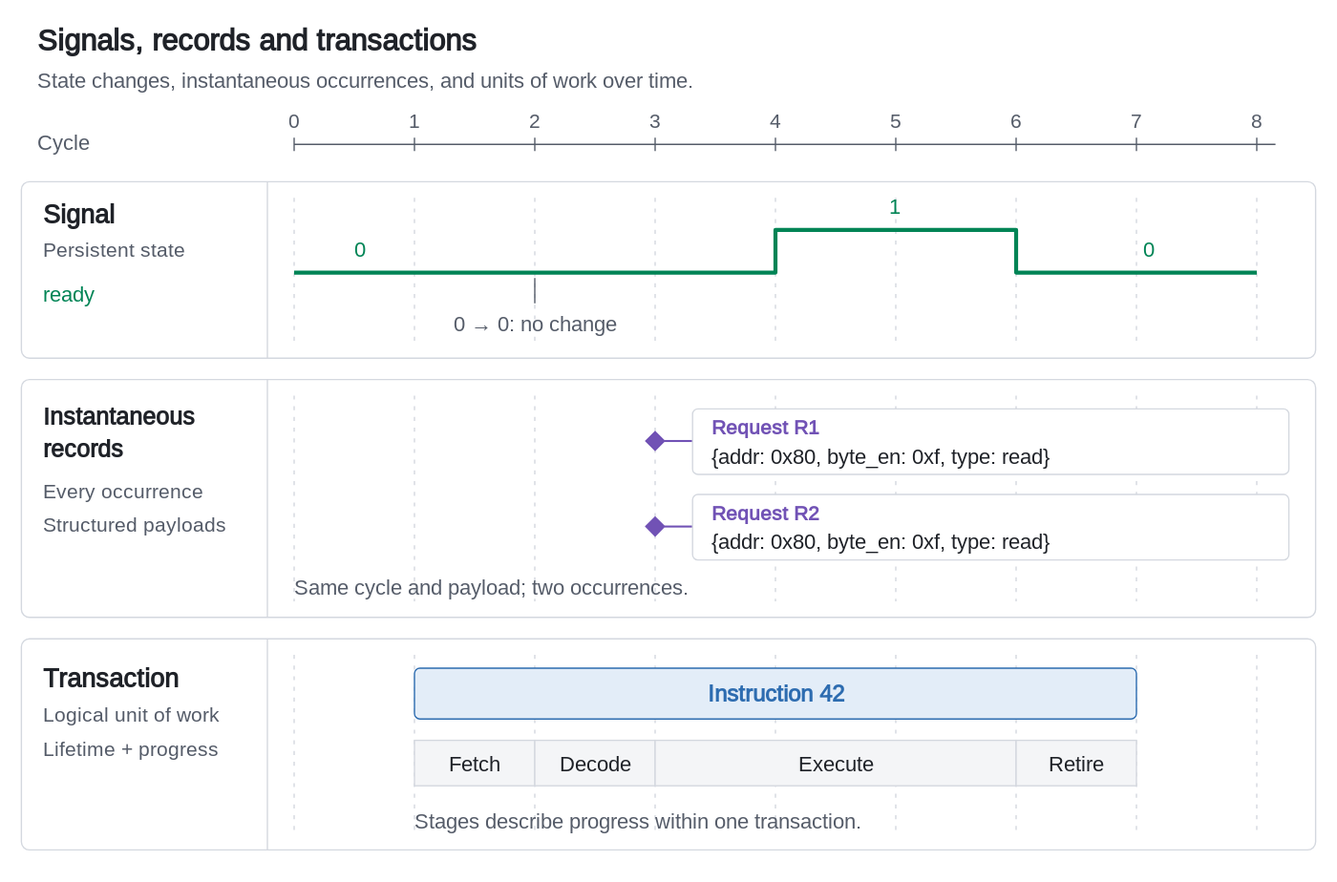
Above: vtr/docs/diagrams/signals-records-transactions.drawio.svg in ripopov/vtr (draw.io), before the change. Source tidied: cells renumbered, new cells last; positions are measured from the earlier drawing's top-left corner, leaving out a move shared by most shapes.
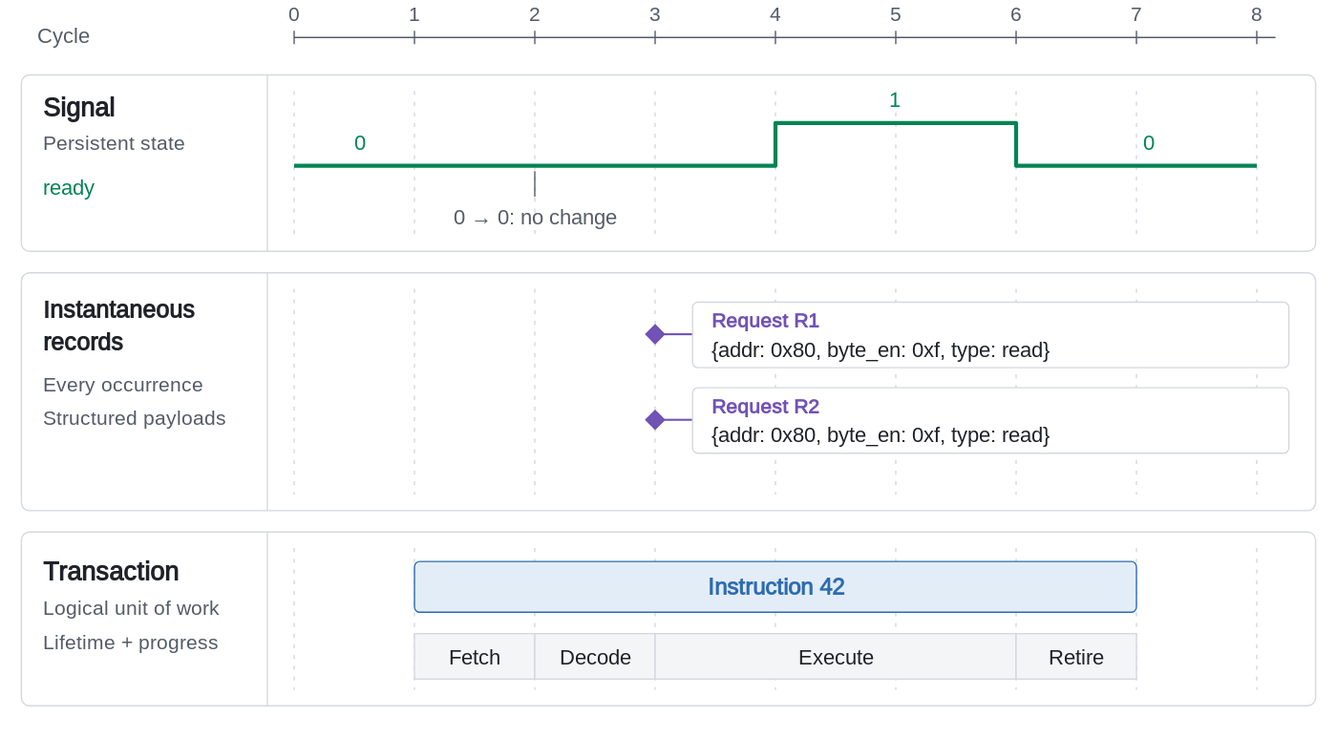
The same diagram one commit later.

Commit message:
docs: illustrate logging metadata and simplify rationale diagrams

Change to the diagram source:
```diff
@@ -3,14 +3,8 @@
     <mxCell id="0" />
     <mxCell id="1" parent="0" />
     <mxCell id="2" style="rounded=1;arcSize=6;absoluteArcSize=1;fillColor=#ffffff;strokeColor=#ffffff;html=0;" parent="1" vertex="1">
-      <mxGeometry width="1000" height="660" as="geometry" />
+      <mxGeometry y="80" width="1000" height="552" as="geometry" />
     </mxCell>
-    <mxCell id="3" value="Signals, records and transactions" style="text;html=0;align=left;verticalAlign=middle;spacing=0;whiteSpace=wrap;overflow=visible;fontFamily=Inter;fontSize=22;fontColor=#1f2228;fontStyle=1;" parent="1" vertex="1">
-      <mxGeometry x="28" y="16" width="419.8" height="28.6" as="geometry" />
-    </mxCell>
-    <mxCell id="4" value="State changes, instantaneous occurrences, and units of work over time." style="text;html=0;align=left;verticalAlign=middle;spacing=0;whiteSpace=wrap;overflow=visible;fontFamily=Inter;fontSize=16;fontColor=#555c69;fontStyle=0;" parent="1" vertex="1">
-      <mxGeometry x="28" y="50" width="644.4" height="20.8" as="geometry" />
-    </mxCell>
     <mxCell id="5" value="Cycle" style="text;html=0;align=left;verticalAlign=middle;spacing=0;whiteSpace=wrap;overflow=visible;fontFamily=Inter;fontSize=16;fontColor=#555c69;fontStyle=0;" parent="1" vertex="1">
       <mxGeometry x="28" y="96" width="51.6" height="20.8" as="geometry" />
     </mxCell>
@@ -228,66 +222,66 @@
       </mxGeometry>
     </mxCell>
     <mxCell id="47" style="rounded=1;arcSize=6;absoluteArcSize=1;fillColor=#ffffff;strokeColor=#d4d8df;html=0;" parent="1" vertex="1">
-      <mxGeometry x="16" y="478" width="968" height="158" as="geometry" />
+      <mxGeometry x="16" y="478" width="968" height="130" as="geometry" />
     </mxCell>
     <mxCell id="48" style="edgeStyle=none;endArrow=none;startArrow=none;rounded=0;strokeColor=#d4d8df;strokeWidth=1;dashed=0;dashPattern=3 5;html=0;" parent="1" edge="1">
       <mxGeometry relative="1" as="geometry">
         <mxPoint x="200" y="478" as="sourcePoint" />
-        <mxPoint x="200" y="636" as="targetPoint" />
+        <mxPoint x="200" y="608" as="targetPoint" />
       </mxGeometry>
     </mxCell>
     <mxCell id="49" style="edgeStyle=none;endArrow=none;startArrow=none;rounded=0;strokeColor=#d4d8df;strokeWidth=1;dashed=1;dashPattern=3 5;html=0;" parent="1" edge="1">
       <mxGeometry relative="1" as="geometry">
         <mxPoint x="220" y="490" as="sourcePoint" />
-        <mxPoint x="220" y="624" as="targetPoint" />
+        <mxPoint x="220" y="596" as="targetPoint" />
       </mxGeometry>
     </mxCell>
     <mxCell id="50" style="edgeStyle=none;endArrow=none;startArrow=none;rounded=0;strokeColor=#d4d8df;strokeWidth=1;dashed=1;dashPattern=3 5;html=0;" parent="1" edge="1">
       <mxGeometry relative="1" as="geometry">
         <mxPoint x="310" y="490" as="sourcePoint" />
-        <mxPoint x="310" y="624" as="targetPoint" />
+        <mxPoint x="310" y="596" as="targetPoint" />
       </mxGeometry>
     </mxCell>
     <mxCell id="51" style="edgeStyle=none;endArrow=none;startArrow=none;rounded=0;strokeColor=#d4d8df;strokeWidth=1;dashed=1;dashPattern=3 5;html=0;" parent="1" edge="1">
       <mxGeometry relative="1" as="geometry">
         <mxPoint x="400" y="490" as="sourcePoint" />
-        <mxPoint x="400" y="624" as="targetPoint" />
+        <mxPoint x="400" y="596" as="targetPoint" />
       </mxGeometry>
     </mxCell>
     <mxCell id="52" style="edgeStyle=none;endArrow=none;startArrow=none;rounded=0;strokeColor=#d4d8df;strokeWidth=1;dashed=1;dashPattern=3 5;html=0;" parent="1" edge="1">
       <mxGeometry relative="1" as="geometry">
         <mxPoint x="490" y="490" as="sourcePoint" />
-        <mxPoint x="490" y="624" as="targetPoint" />
+        <mxPoint x="490" y="596" as="targetPoint" />
       </mxGeometry>
     </mxCell>
     <mxCell id="53" style="edgeStyle=none;endArrow=none;startArrow=none;rounded=0;strokeColor=#d4d8df;strokeWidth=1;dashed=1;dashPattern=3 5;html=0;" parent="1" edge="1">
       <mxGeometry relative="1" as="geometry">
         <mxPoint x="580" y="490" as="sourcePoint" />
-        <mxPoint x="580" y="624" as="targetPoint" />
+        <mxPoint x="580" y="596" as="targetPoint" />
       </mxGeometry>
     </mxCell>
     <mxCell id="54" style="edgeStyle=none;endArrow=none;startArrow=none;rounded=0;strokeColor=#d4d8df;strokeWidth=1;dashed=1;dashPattern=3 5;html=0;" parent="1" edge="1">
       <mxGeometry relative="1" as="geometry">
         <mxPoint x="670" y="490" as="sourcePoint" />
-        <mxPoint x="670" y="624" as="targetPoint" />
+        <mxPoint x="670" y="596" as="targetPoint" />
       </mxGeometry>
     </mxCell>
     <mxCell id="55" style="edgeStyle=none;endArrow=none;startArrow=none;rounded=0;strokeColor=#d4d8df;strokeWidth=1;dashed=1;dashPattern=3 5;html=0;" parent="1" edge="1">
       <mxGeometry relative="1" as="geometry">
         <mxPoint x="760" y="490" as="sourcePoint" />
-        <mxPoint x="760" y="624" as="targetPoint" />
+        <mxPoint x="760" y="596" as="targetPoint" />
       </mxGeometry>
     </mxCell>
     <mxCell id="56" style="edgeStyle=none;endArrow=none;startArrow=none;rounded=0;strokeColor=#d4d8df;strokeWidth=1;dashed=1;dashPattern=3 5;html=0;" parent="1" edge="1">
       <mxGeometry relative="1" as="geometry">
         <mxPoint x="850" y="490" as="sourcePoint" />
-        <mxPoint x="850" y="624" as="targetPoint" />
+        <mxPoint x="850" y="596" as="targetPoint" />
       </mxGeometry>
     </mxCell>
     <mxCell id="57" style="edgeStyle=none;endArrow=none;startArrow=none;rounded=0;strokeColor=#d4d8df;strokeWidth=1;dashed=1;dashPattern=3 5;html=0;" parent="1" edge="1">
       <mxGeometry relative="1" as="geometry">
         <mxPoint x="940" y="490" as="sourcePoint" />
-        <mxPoint x="940" y="624" as="targetPoint" />
+        <mxPoint x="940" y="596" as="targetPoint" />
       </mxGeometry>
     </mxCell>
     <mxCell id="58" value="Signal" style="text;html=0;align=left;verticalAlign=middle;spacing=0;whiteSpace=wrap;overflow=visible;fontFamily=Inter;fontSize=19;fontColor=#1f2228;fontStyle=1;" parent="1" vertex="1">
@@ -377,9 +371,6 @@
     <mxCell id="80" value="{addr: 0x80, byte_en: 0xf, type: read}" style="text;html=0;align=left;verticalAlign=middle;spacing=0;whiteSpace=wrap;overflow=visible;fontFamily=JetBrains Mono;fontSize=16;fontColor=#1f2228;fontStyle=0;" parent="1" vertex="1">
       <mxGeometry x="532" y="395" width="376.9" height="20.8" as="geometry" />
     </mxCell>
-    <mxCell id="81" value="Same cycle and payload; two occurrences." style="text;html=0;align=left;verticalAlign=middle;spacing=0;whiteSpace=wrap;overflow=visible;fontFamily=Inter;fontSize=16;fontColor=#555c69;fontStyle=0;" parent="1" vertex="1">
-      <mxGeometry x="220" y="429" width="370.8" height="20.8" as="geometry" />
-    </mxCell>
     <mxCell id="82" value="Transaction" style="text;html=0;align=left;verticalAlign=middle;spacing=0;whiteSpace=wrap;overflow=visible;fontFamily=Inter;fontSize=19;fontColor=#1f2228;fontStyle=1;" parent="1" vertex="1">
       <mxGeometry x="32" y="495" width="125.1" height="24.7" as="geometry" />
     </mxCell>
@@ -419,8 +410,5 @@
     <mxCell id="94" value="Retire" style="text;html=0;align=center;verticalAlign=middle;spacing=0;whiteSpace=wrap;overflow=visible;fontFamily=Inter;fontSize=16;fontColor=#1f2228;fontStyle=0;" parent="1" vertex="1">
       <mxGeometry x="774.6" y="561" width="60.7" height="20.8" as="geometry" />
     </mxCell>
-    <mxCell id="95" value="Stages describe progress within one transaction." style="text;html=0;align=left;verticalAlign=middle;spacing=0;whiteSpace=wrap;overflow=visible;fontFamily=Inter;fontSize=16;fontColor=#555c69;fontStyle=0;" parent="1" vertex="1">
-      <mxGeometry x="310" y="604" width="443.8" height="20.8" as="geometry" />
-    </mxCell>
   </root>
 </mxGraphModel>
```
